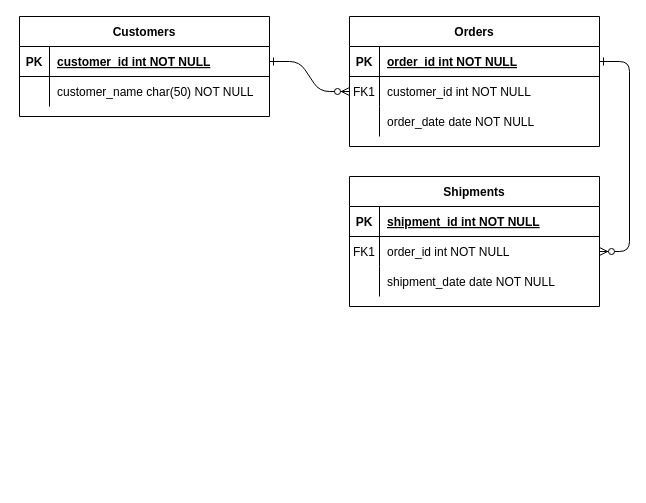
Earlier version of the draw.io diagram Untitled Diagram.drawio (hfischer78/PruebaEquipo). Source tidied: cells renumbered, new cells numbered last; positions are measured from the earlier drawing's top-left corner, leaving out a move shared by most shapes. Both pictures are drawn from the tidied source at 100%, with x=0, y=0 at pixel (19, 16).
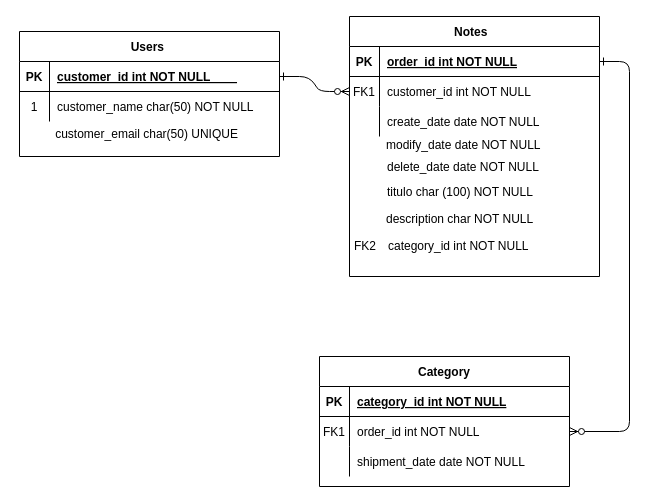
Above is the later version.

Commit message:
Notas de Texto

Unchanged cells that the change refers to:
```xml
<mxCell id="11" style="shape=partialRectangle;fillColor=none;top=0;left=0;right=0;bottom=0;" parent="4" vertex="1">
  <mxGeometry y="90" width="250" height="30" as="geometry" />
</mxCell>
<mxCell id="15" style="shape=partialRectangle;fillColor=none;top=0;left=0;right=0;bottom=1;" parent="14" vertex="1">
  <mxGeometry y="30" width="250" height="30" as="geometry" />
</mxCell>
```

Diff of the diagram source:
```diff
@@
-    <mxCell id="4" value="Orders" style="shape=table;startSize=30;childLayout=tableLayout;rowLines=0;fontStyle=1;align=center;" parent="1" vertex="1">
-      <mxGeometry x="330" width="250" height="130" as="geometry" />
+    <mxCell id="4" value="Notes  " style="shape=table;startSize=30;childLayout=tableLayout;rowLines=0;fontStyle=1;align=center;" parent="1" vertex="1">
+      <mxGeometry x="330" width="250" height="260" as="geometry" />
     </mxCell>
@@
-    <mxCell id="13" value="order_date date NOT NULL" style="shape=partialRectangle;overflow=hidden;fillColor=none;top=0;left=0;bottom=0;right=0;align=left;spacingLeft=6;" parent="11" vertex="1">
+    <mxCell id="13" value="create_date date NOT NULL" style="shape=partialRectangle;overflow=hidden;fillColor=none;top=0;left=0;bottom=0;right=0;align=left;spacingLeft=6;" parent="11" vertex="1">
       <mxGeometry x="30" width="220" height="30" as="geometry" />
     </mxCell>
-    <mxCell id="14" value="Shipments" style="shape=table;startSize=30;childLayout=tableLayout;rowLines=0;fontStyle=1;align=center;" parent="1" vertex="1">
-      <mxGeometry x="330" y="160" width="250" height="130" as="geometry" />
+    <mxCell id="14" value="Category" style="shape=table;startSize=30;childLayout=tableLayout;rowLines=0;fontStyle=1;align=center;" parent="1" vertex="1">
+      <mxGeometry x="300" y="340" width="250" height="130" as="geometry" />
     </mxCell>
@@
-    <mxCell id="17" value="shipment_id int NOT NULL " style="shape=partialRectangle;overflow=hidden;fillColor=none;top=0;left=0;bottom=0;right=0;align=left;spacingLeft=6;fontStyle=5;" parent="15" vertex="1">
+    <mxCell id="17" value="category_id int NOT NULL " style="shape=partialRectangle;overflow=hidden;fillColor=none;top=0;left=0;bottom=0;right=0;align=left;spacingLeft=6;fontStyle=5;" parent="15" vertex="1">
       <mxGeometry x="30" width="220" height="30" as="geometry" />
     </mxCell>
@@
-    <mxCell id="24" value="Customers" style="shape=table;startSize=30;childLayout=tableLayout;rowLines=0;fontStyle=1;align=center;" parent="1" vertex="1">
-      <mxGeometry width="250" height="100" as="geometry" />
+    <mxCell id="24" value="Users " style="shape=table;startSize=30;childLayout=tableLayout;rowLines=0;fontStyle=1;align=center;" parent="1" vertex="1">
+      <mxGeometry y="15" width="260" height="125" as="geometry" />
     </mxCell>
     <mxCell id="25" style="shape=partialRectangle;fillColor=none;points=[[0,0.5],[1,0.5]];portConstraint=eastwest;top=0;left=0;right=0;bottom=1;" parent="24" vertex="1">
-      <mxGeometry y="30" width="250" height="30" as="geometry" />
+      <mxGeometry y="30" width="260" height="30" as="geometry" />
     </mxCell>
@@
-    <mxCell id="27" value="customer_id int NOT NULL " style="shape=partialRectangle;overflow=hidden;fillColor=none;top=0;left=0;bottom=0;right=0;align=left;spacingLeft=6;fontStyle=5;" parent="25" vertex="1">
-      <mxGeometry x="30" width="220" height="30" as="geometry" />
+    <mxCell id="27" value="customer_id int NOT NULL         " style="shape=partialRectangle;overflow=hidden;fillColor=none;top=0;left=0;bottom=0;right=0;align=left;spacingLeft=6;fontStyle=5;strokeColor=#FFFFFF;" parent="25" vertex="1">
+      <mxGeometry x="30" width="230" height="30" as="geometry" />
     </mxCell>
     <mxCell id="28" style="shape=partialRectangle;fillColor=none;top=0;left=0;right=0;bottom=0;" parent="24" vertex="1">
-      <mxGeometry y="60" width="250" height="30" as="geometry" />
+      <mxGeometry y="60" width="260" height="30" as="geometry" />
     </mxCell>
-    <mxCell id="29" style="shape=partialRectangle;overflow=hidden;fillColor=none;top=0;left=0;bottom=0;right=0;" parent="28" vertex="1">
+    <mxCell id="29" value="1" style="shape=partialRectangle;overflow=hidden;fillColor=none;top=0;left=0;bottom=0;right=0;" parent="28" vertex="1">
       <mxGeometry width="30" height="30" as="geometry" />
     </mxCell>
     <mxCell id="30" value="customer_name char(50) NOT NULL" style="shape=partialRectangle;overflow=hidden;fillColor=none;top=0;left=0;bottom=0;right=0;align=left;spacingLeft=6;" parent="28" vertex="1">
-      <mxGeometry x="30" width="220" height="30" as="geometry" />
+      <mxGeometry x="30" width="230" height="30" as="geometry" />
     </mxCell>
+    <mxCell id="31" style="shape=partialRectangle;fillColor=none;top=0;left=0;right=0;bottom=0;" parent="1" vertex="1">
+      <mxGeometry x="-3" y="102" width="260" height="30" as="geometry" />
+    </mxCell>
+    <mxCell id="32" style="shape=partialRectangle;overflow=hidden;fillColor=none;top=0;left=0;bottom=0;right=0;" parent="31" vertex="1">
+      <mxGeometry width="31.2" height="30" as="geometry" />
+    </mxCell>
+    <mxCell id="33" value="customer_email char(50) UNIQUE" style="shape=partialRectangle;overflow=hidden;fillColor=none;top=0;left=0;bottom=0;right=0;align=left;spacingLeft=6;" parent="31" vertex="1">
+      <mxGeometry x="31.2" width="228.8" height="30" as="geometry" />
+    </mxCell>
+    <mxCell id="34" value="modify_date date NOT NULL" style="shape=partialRectangle;overflow=hidden;fillColor=none;top=0;left=0;bottom=0;right=0;align=left;spacingLeft=6;" parent="1" vertex="1">
+      <mxGeometry x="359" y="113" width="220" height="30" as="geometry" />
+    </mxCell>
+    <mxCell id="35" value="delete_date date NOT NULL" style="shape=partialRectangle;overflow=hidden;fillColor=none;top=0;left=0;bottom=0;right=0;align=left;spacingLeft=6;" parent="1" vertex="1">
+      <mxGeometry x="360" y="135" width="220" height="30" as="geometry" />
+    </mxCell>
+    <mxCell id="36" value="titulo char (100) NOT NULL" style="shape=partialRectangle;overflow=hidden;fillColor=none;top=0;left=0;bottom=0;right=0;align=left;spacingLeft=6;" parent="1" vertex="1">
+      <mxGeometry x="360" y="160" width="220" height="30" as="geometry" />
+    </mxCell>
+    <mxCell id="37" value="description char NOT NULL" style="shape=partialRectangle;overflow=hidden;fillColor=none;top=0;left=0;bottom=0;right=0;align=left;spacingLeft=6;" parent="1" vertex="1">
+      <mxGeometry x="359" y="187" width="220" height="30" as="geometry" />
+    </mxCell>
+    <mxCell id="38" value="category_id int NOT NULL" style="shape=partialRectangle;overflow=hidden;fillColor=none;top=0;left=0;bottom=0;right=0;align=left;spacingLeft=6;" parent="1" vertex="1">
+      <mxGeometry x="361" y="214" width="220" height="30" as="geometry" />
+    </mxCell>
+    <mxCell id="39" value="FK2" style="shape=partialRectangle;overflow=hidden;fillColor=none;top=0;left=0;bottom=0;right=0;" parent="1" vertex="1">
+      <mxGeometry x="331" y="214" width="30" height="30" as="geometry" />
+    </mxCell>
```
